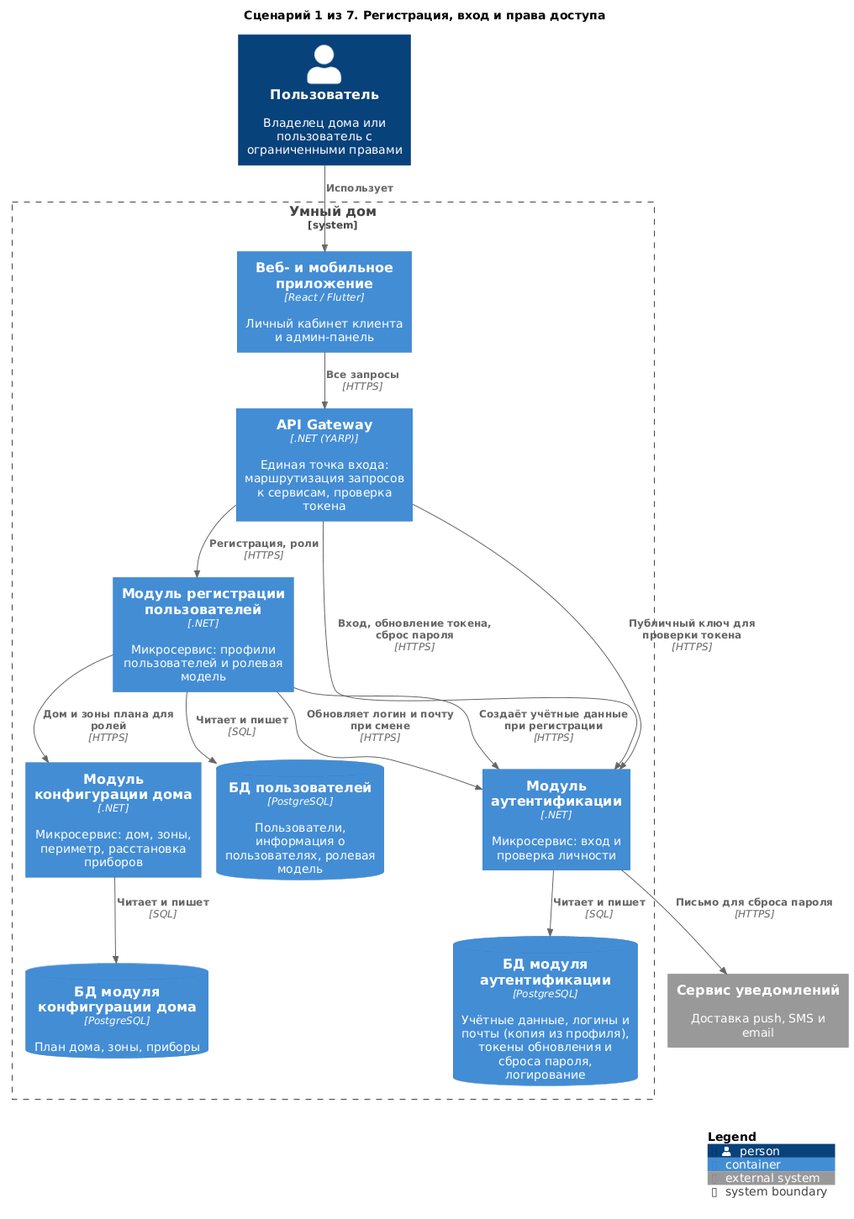
Before: diagrams/containers-scenarios/01-registration-and-access.png, a diagram exported from PlantUML (Lyamin-av/architecture-warmhouse).
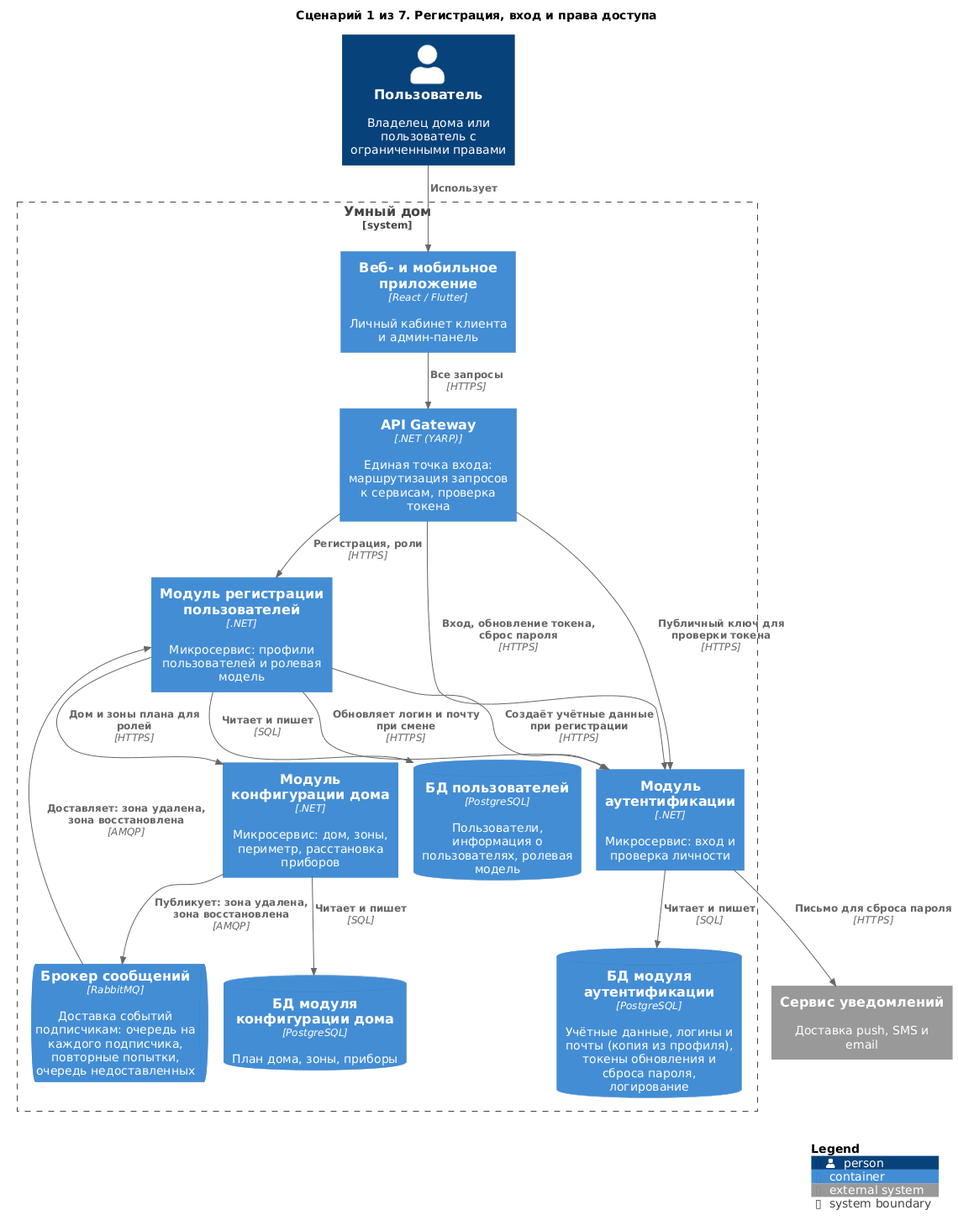
After the commit.

The edit, as a diff of the source:
```diff
@@ -11,6 +11,7 @@
     Container(Authentication, "Модуль аутентификации", ".NET", "Микросервис: вход и проверка личности")
     Container(Users, "Модуль регистрации пользователей", ".NET", "Микросервис: профили пользователей и ролевая модель")
     Container(HouseConfigurator, "Модуль конфигурации дома", ".NET", "Микросервис: дом, зоны, периметр, расстановка приборов")
+    ContainerQueue(Broker, "Брокер сообщений", "RabbitMQ", "Доставка событий подписчикам: очередь на каждого подписчика, повторные попытки, очередь недоставленных")
     ContainerDb(dbUsers, "БД пользователей", "PostgreSQL", "Пользователи, информация о пользователях, ролевая модель")
     ContainerDb(dbAuth, "БД модуля аутентификации", "PostgreSQL", "Учётные данные, логины и почты (копия из профиля), токены обновления и сброса пароля, логирование")
     ContainerDb(dbHC, "БД модуля конфигурации дома", "PostgreSQL", "План дома, зоны, приборы")
@@ -32,6 +33,8 @@
 Rel(Authentication, dbAuth, "Читает и пишет", "SQL")
 Rel(Users, HouseConfigurator, "Дом и зоны плана для ролей", "HTTPS")
 Rel(HouseConfigurator, dbHC, "Читает и пишет", "SQL")
+Rel(HouseConfigurator, Broker, "Публикует: зона удалена, зона восстановлена", "AMQP")
+Rel(Broker, Users, "Доставляет: зона удалена, зона восстановлена", "AMQP")
 
 SHOW_LEGEND()
 @enduml
```
